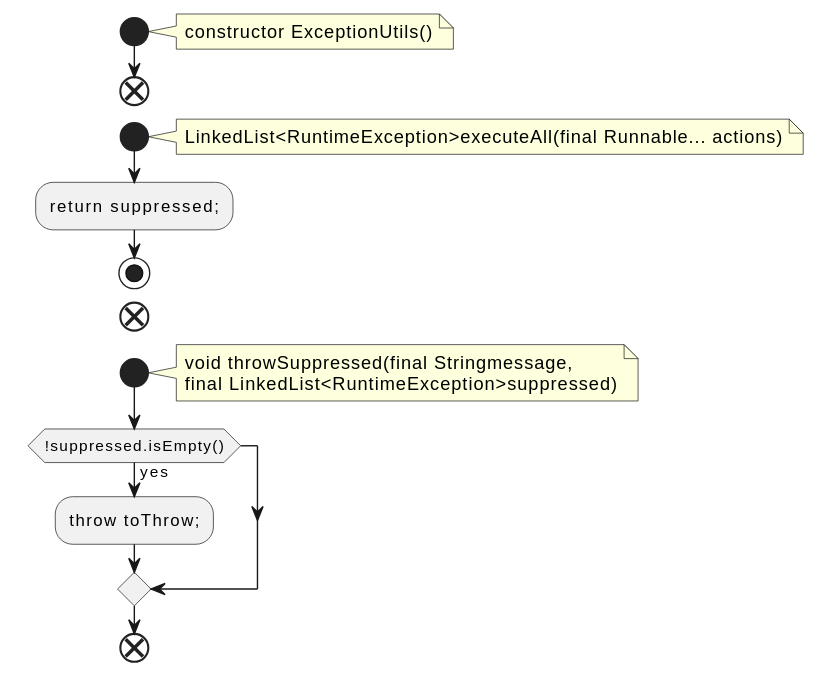
qualitesys/kafka keeps this PlantUML diagram as docs/qc/streams/src/main/java/org/apache/kafka/streams/state/internals/ExceptionUtils.java.fct.svg. Above is the earlier version. The source it was exported from:
```plantuml
@startuml
!pragma layout smetana
start
note right
constructor ExceptionUtils()
end note
end
start
note right
LinkedList<RuntimeException>executeAll(final Runnable... actions)
end note
:return suppressed;;
stop
end
start
note right
void throwSuppressed(final Stringmessage,
final LinkedList<RuntimeException>suppressed)
end note
if (!suppressed.isEmpty()) then (yes)
:throw toThrow;;
endif
end
@enduml
```
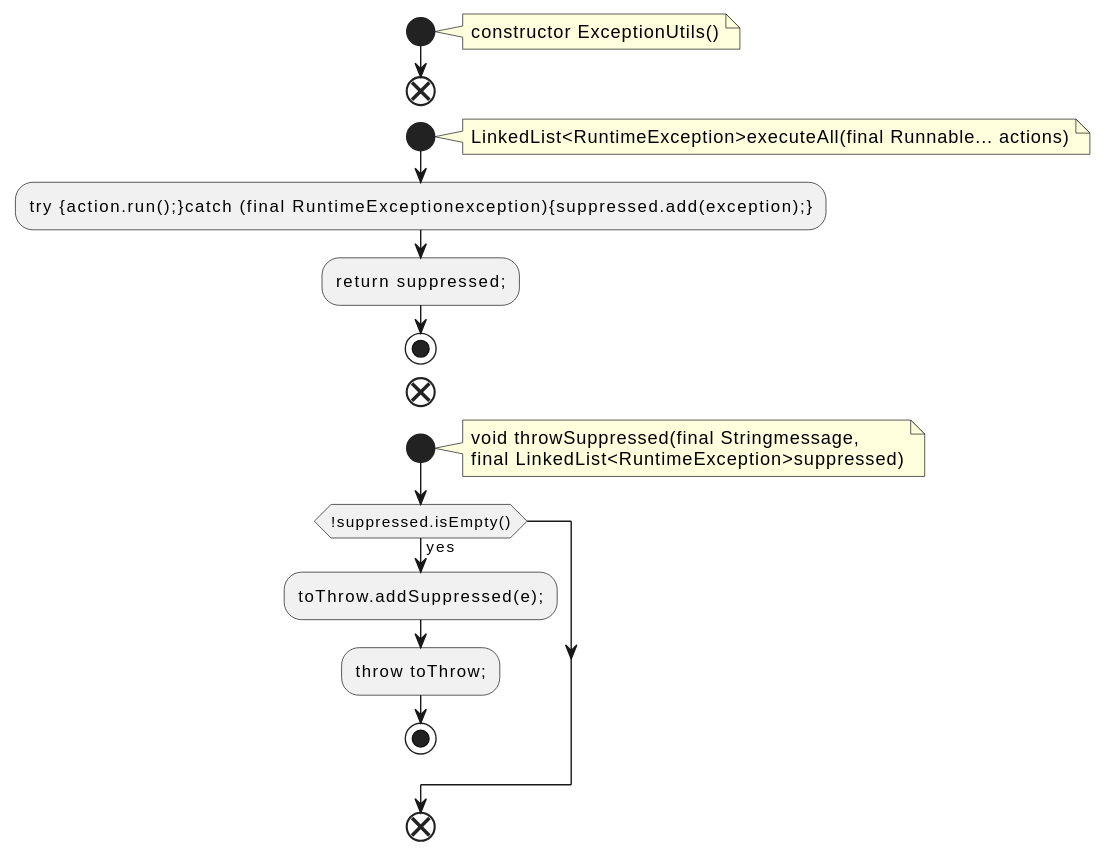
The same diagram one commit later.

Change to the diagram source:
```diff
@@ -9,6 +9,7 @@
 note right
 LinkedList<RuntimeException>executeAll(final Runnable... actions)
 end note
+:try {action.run();}catch (final RuntimeExceptionexception){suppressed.add(exception);};
 :return suppressed;;
 stop
 end
@@ -18,7 +19,9 @@
 final LinkedList<RuntimeException>suppressed)
 end note
 if (!suppressed.isEmpty()) then (yes)
+:toThrow.addSuppressed(e);;
 :throw toThrow;;
+stop
 endif
 end
 @enduml
```
